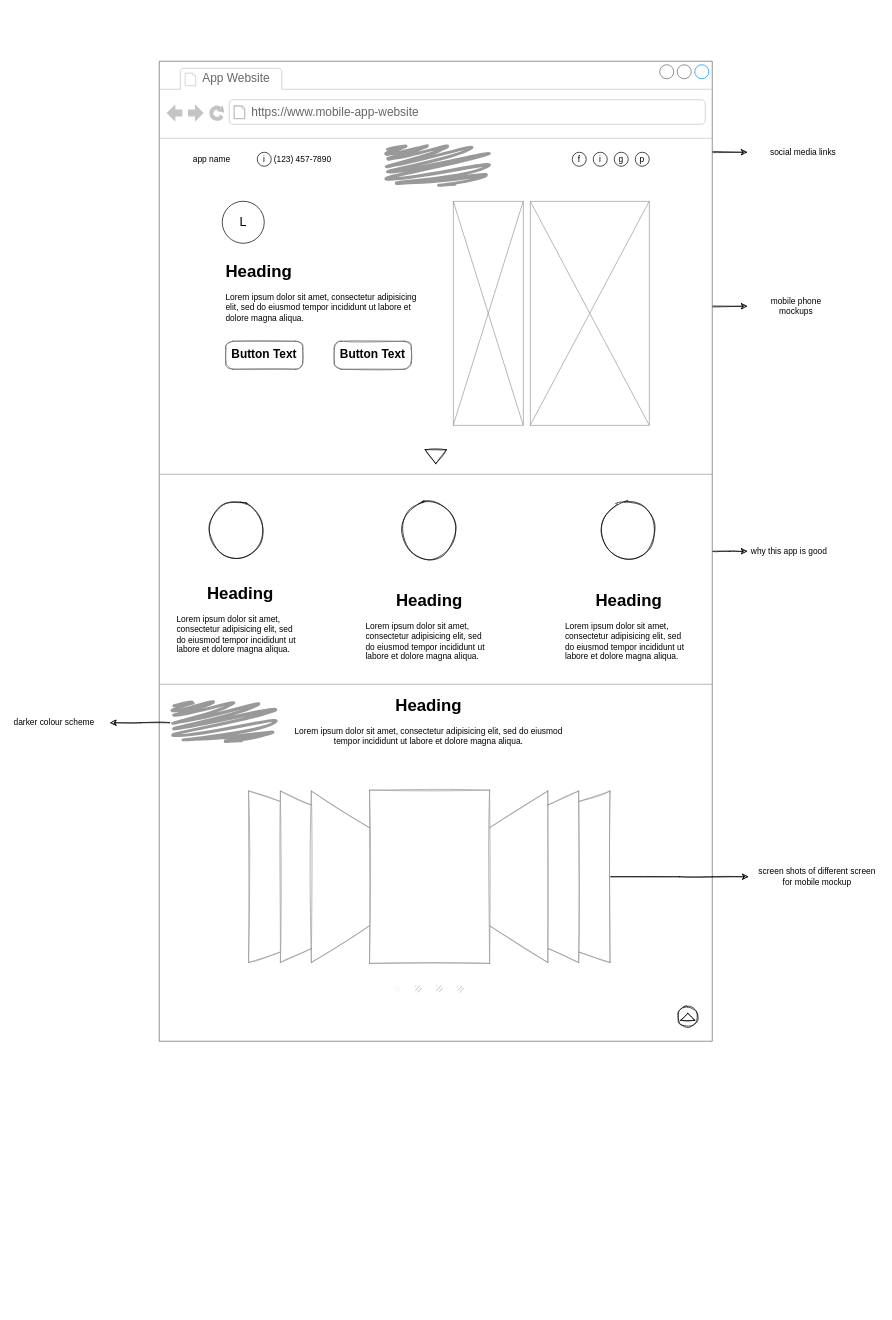
Earlier version of the draw.io diagram public/wireframe.drawio (deaconTown/mobile-app-landing-page). Source tidied: cells renumbered, new cells numbered last; positions are measured from the earlier drawing's top-left corner, leaving out a move shared by most shapes. Both pictures are drawn from the tidied source at 70%, with x=0, y=0 at pixel (12, 61).
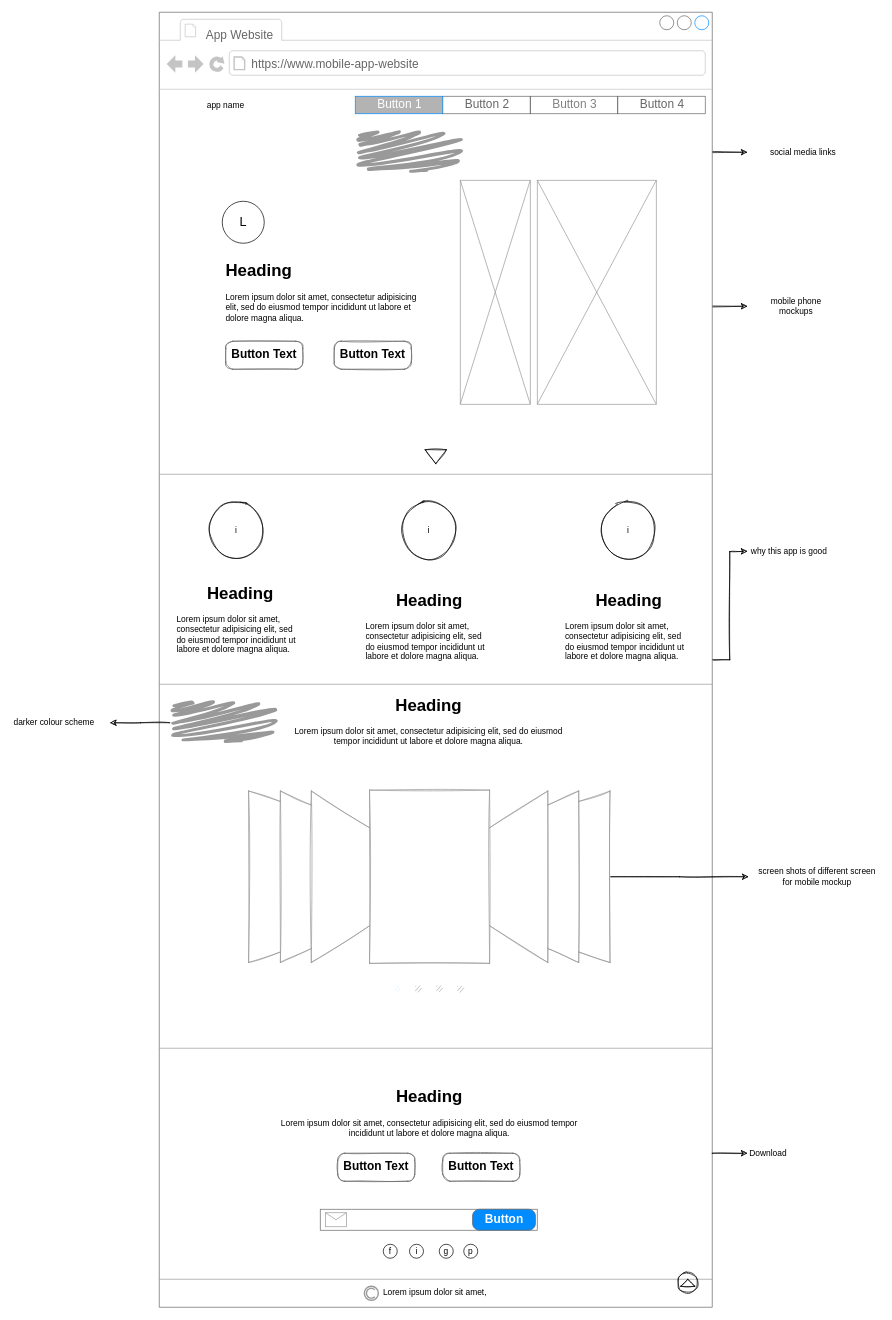
The same diagram, later.

What changed in the source:
```diff
@@
     <mxCell id="7" style="strokeWidth=1;shadow=0;dashed=0;align=center;html=1;shape=mxgraph.mockup.containers.browserWindow;rSize=0;strokeColor=#666666;strokeColor2=#008cff;strokeColor3=#c4c4c4;mainText=,;" parent="1" vertex="1">
-      <mxGeometry x="210" width="790" height="1400" as="geometry" />
+      <mxGeometry x="210" y="-70" width="790" height="1850" as="geometry" />
     </mxCell>
     <mxCell id="8" value="App Website" style="strokeWidth=1;shadow=0;dashed=0;align=center;html=1;shape=mxgraph.mockup.containers.anchor;fontSize=17;fontColor=#666666;align=left;" parent="1" vertex="1">
-      <mxGeometry x="270" y="12" width="110" height="26" as="geometry" />
+      <mxGeometry x="275" y="-50" width="110" height="26" as="geometry" />
     </mxCell>
     <mxCell id="9" value="https://www.mobile-app-website" style="strokeWidth=1;shadow=0;dashed=0;align=center;html=1;shape=mxgraph.mockup.containers.anchor;rSize=0;fontSize=17;fontColor=#666666;align=left;" parent="1" vertex="1">
-      <mxGeometry x="340" y="60" width="250" height="26" as="geometry" />
+      <mxGeometry x="340" y="-10" width="250" height="30" as="geometry" />
     </mxCell>
     <mxCell id="10" value="app name" style="text;html=1;strokeColor=none;fillColor=none;align=center;verticalAlign=middle;whiteSpace=wrap;rounded=0;" parent="1" vertex="1">
-      <mxGeometry x="240" y="130" width="90" height="20" as="geometry" />
+      <mxGeometry x="260" y="52.5" width="90" height="20" as="geometry" />
     </mxCell>
-    <mxCell id="11" value="(123) 457-7890" style="text;html=1;strokeColor=none;fillColor=none;align=center;verticalAlign=middle;whiteSpace=wrap;rounded=0;" parent="1" vertex="1">
-      <mxGeometry x="370" y="130" width="90" height="20" as="geometry" />
-    </mxCell>
-    <mxCell id="12" style="ellipse;whiteSpace=wrap;html=1;" parent="1" vertex="1">
-      <mxGeometry x="350" y="130" width="20" height="20" as="geometry" />
-    </mxCell>
-    <mxCell id="13" value="i" style="text;html=1;strokeColor=none;fillColor=none;align=center;verticalAlign=middle;whiteSpace=wrap;rounded=0;" parent="1" vertex="1">
-      <mxGeometry x="340" y="130" width="40" height="20" as="geometry" />
-    </mxCell>
@@
     <mxCell id="21" style="shape=mxgraph.mockup.markup.scratchOut;shadow=0;dashed=0;html=1;strokeColor=#999999;strokeWidth=4;rounded=0;sketch=1;fontColor=none;fillColor=none;" parent="1" vertex="1">
-      <mxGeometry x="530" y="120" width="155" height="60" as="geometry" />
+      <mxGeometry x="490" y="100" width="155" height="60" as="geometry" />
     </mxCell>
@@
-    <mxCell id="29" style="group;" parent="1" vertex="1">
-      <mxGeometry x="950" y="1350" width="30" height="30" as="geometry" />
-    </mxCell>
-    <mxCell id="30" style="ellipse;whiteSpace=wrap;html=1;rounded=0;shadow=0;sketch=1;fontColor=none;fillColor=none;" parent="29" vertex="1">
-      <mxGeometry width="30" height="30" as="geometry" />
-    </mxCell>
-    <mxCell id="31" style="triangle;whiteSpace=wrap;html=1;rounded=0;shadow=0;sketch=1;fontColor=none;fillColor=none;rotation=-90;" parent="29" vertex="1">
-      <mxGeometry x="10" y="5" width="10" height="20" as="geometry" />
-    </mxCell>
     <mxCell id="32" style="group;" parent="1" vertex="1">
-      <mxGeometry x="630" y="200" width="280" height="320" as="geometry" />
+      <mxGeometry x="640" y="170" width="280" height="320" as="geometry" />
     </mxCell>
@@
-    <mxCell id="35" style="group;" parent="1" vertex="1">
-      <mxGeometry x="800" y="130" width="120" height="30" as="geometry" />
-    </mxCell>
-    <mxCell id="36" style="ellipse;whiteSpace=wrap;html=1;" parent="35" vertex="1">
-      <mxGeometry width="20" height="20" as="geometry" />
-    </mxCell>
-    <mxCell id="37" style="ellipse;whiteSpace=wrap;html=1;" parent="35" vertex="1">
-      <mxGeometry x="60" width="20" height="20" as="geometry" />
-    </mxCell>
-    <mxCell id="38" style="ellipse;whiteSpace=wrap;html=1;" parent="35" vertex="1">
-      <mxGeometry x="90" width="20" height="20" as="geometry" />
-    </mxCell>
-    <mxCell id="39" style="ellipse;whiteSpace=wrap;html=1;" parent="35" vertex="1">
-      <mxGeometry x="30" width="20" height="20" as="geometry" />
-    </mxCell>
-    <mxCell id="40" value="i" style="text;html=1;strokeColor=none;fillColor=none;align=center;verticalAlign=middle;whiteSpace=wrap;rounded=0;" parent="35" vertex="1">
-      <mxGeometry x="20" width="40" height="20" as="geometry" />
-    </mxCell>
-    <mxCell id="41" style="group;" parent="35" vertex="1">
-      <mxGeometry x="-10" width="130" height="20" as="geometry" />
-    </mxCell>
-    <mxCell id="42" value="f" style="text;html=1;strokeColor=none;fillColor=none;align=center;verticalAlign=middle;whiteSpace=wrap;rounded=0;" parent="41" vertex="1">
-      <mxGeometry width="40" height="20" as="geometry" />
-    </mxCell>
-    <mxCell id="43" value="g" style="text;html=1;strokeColor=none;fillColor=none;align=center;verticalAlign=middle;whiteSpace=wrap;rounded=0;" parent="41" vertex="1">
-      <mxGeometry x="60" width="40" height="20" as="geometry" />
-    </mxCell>
-    <mxCell id="44" value="p" style="text;html=1;strokeColor=none;fillColor=none;align=center;verticalAlign=middle;whiteSpace=wrap;rounded=0;" parent="41" vertex="1">
-      <mxGeometry x="90" width="40" height="20" as="geometry" />
-    </mxCell>
@@
+    <mxCell id="54" value="i" style="text;html=1;strokeColor=none;fillColor=none;align=center;verticalAlign=middle;whiteSpace=wrap;rounded=0;shadow=0;sketch=1;fontColor=none;" parent="1" vertex="1">
+      <mxGeometry x="300" y="660" width="40" height="20" as="geometry" />
+    </mxCell>
+    <mxCell id="55" value="i" style="text;html=1;strokeColor=none;fillColor=none;align=center;verticalAlign=middle;whiteSpace=wrap;rounded=0;shadow=0;sketch=1;fontColor=none;" parent="1" vertex="1">
+      <mxGeometry x="575" y="660" width="40" height="20" as="geometry" />
+    </mxCell>
+    <mxCell id="56" value="i" style="text;html=1;strokeColor=none;fillColor=none;align=center;verticalAlign=middle;whiteSpace=wrap;rounded=0;shadow=0;sketch=1;fontColor=none;" parent="1" vertex="1">
+      <mxGeometry x="860" y="660" width="40" height="20" as="geometry" />
+    </mxCell>
+    <mxCell id="57" style="strokeWidth=1;shadow=0;dashed=0;align=center;html=1;shape=mxgraph.mockup.text.rrect;rSize=0;strokeColor=#666666;rounded=0;sketch=1;fontColor=none;fillColor=none;" parent="1" vertex="1">
+      <mxGeometry x="490" y="50" width="500" height="25" as="geometry" />
+    </mxCell>
+    <mxCell id="58" value="&lt;font color=&quot;#666666&quot;&gt;Button 2&lt;/font&gt;" style="strokeColor=inherit;fillColor=inherit;gradientColor=inherit;strokeWidth=1;shadow=0;dashed=0;align=center;html=1;shape=mxgraph.mockup.text.rrect;rSize=0;fontSize=17;fontColor=#0000ff;" parent="57" vertex="1">
+      <mxGeometry x="125" width="125" height="25" as="geometry" />
+    </mxCell>
+    <mxCell id="59" value="&lt;font color=&quot;#808080&quot;&gt;Button 3&lt;/font&gt;" style="strokeColor=inherit;fillColor=inherit;gradientColor=inherit;strokeWidth=1;shadow=0;dashed=0;align=center;html=1;shape=mxgraph.mockup.text.rrect;rSize=0;fontSize=17;fontColor=#0000ff;" parent="57" vertex="1">
+      <mxGeometry x="250" width="125" height="25" as="geometry" />
+    </mxCell>
+    <mxCell id="60" value="&lt;font color=&quot;#666666&quot;&gt;Button 4&lt;/font&gt;" style="strokeColor=inherit;fillColor=inherit;gradientColor=inherit;strokeWidth=1;shadow=0;dashed=0;align=center;html=1;shape=mxgraph.mockup.text.rrect;rSize=0;fontSize=17;fontColor=#0000ff;" parent="57" vertex="1">
+      <mxGeometry x="375" width="125" height="25" as="geometry" />
+    </mxCell>
+    <mxCell id="61" value="Button 1" style="strokeWidth=1;shadow=0;dashed=0;align=center;html=1;shape=mxgraph.mockup.text.rrect;rSize=0;fontSize=17;fontColor=#ffffff;strokeColor=#008cff;fillColor=#B3B3B3;" parent="57" vertex="1">
+      <mxGeometry width="125" height="25" as="geometry" />
+    </mxCell>
+    <mxCell id="62" style="verticalLabelPosition=bottom;shadow=0;dashed=0;align=center;html=1;verticalAlign=top;strokeWidth=1;shape=mxgraph.mockup.markup.line;strokeColor=#999999;" parent="1" vertex="1">
+      <mxGeometry x="210" y="1400" width="790" height="20" as="geometry" />
+    </mxCell>
+    <mxCell id="63" value="&lt;h1&gt;Heading&lt;/h1&gt;&lt;p&gt;Lorem ipsum dolor sit amet, consectetur adipisicing elit, sed do eiusmod tempor incididunt ut labore et dolore magna aliqua.&lt;/p&gt;" style="text;html=1;strokeColor=none;fillColor=none;spacing=5;spacingTop=-20;whiteSpace=wrap;overflow=hidden;rounded=0;shadow=0;sketch=1;fontColor=none;align=center;" parent="1" vertex="1">
+      <mxGeometry x="370.5" y="1460" width="450" height="100" as="geometry" />
+    </mxCell>
+    <mxCell id="64" value="&lt;font color=&quot;#000000&quot;&gt;Button Text&lt;/font&gt;" style="strokeWidth=1;shadow=0;dashed=0;align=center;html=1;shape=mxgraph.mockup.buttons.button;strokeColor=#666666;mainText=;buttonStyle=round;fontSize=17;fontStyle=1;whiteSpace=wrap;fontColor=#FFFFFF;fillColor=none;sketch=1;" parent="1" vertex="1">
+      <mxGeometry x="465" y="1560" width="110" height="40" as="geometry" />
+    </mxCell>
+    <mxCell id="65" value="&lt;font color=&quot;#000000&quot;&gt;Button Text&lt;/font&gt;" style="strokeWidth=1;shadow=0;dashed=0;align=center;html=1;shape=mxgraph.mockup.buttons.button;strokeColor=#666666;fontColor=#ffffff;mainText=;buttonStyle=round;fontSize=17;fontStyle=1;whiteSpace=wrap;fillColor=none;sketch=1;" parent="1" vertex="1">
+      <mxGeometry x="615" y="1560" width="110" height="40" as="geometry" />
+    </mxCell>
+    <mxCell id="66" style="endArrow=classic;html=1;fontColor=none;strokeColor=#000000;sketch=1;" parent="1" edge="1">
+      <mxGeometry relative="1" as="geometry">
+        <mxPoint x="1000" y="1560" as="sourcePoint" />
+        <mxPoint x="1050" y="1560" as="targetPoint" />
+      </mxGeometry>
+    </mxCell>
+    <mxCell id="67" value="Download" style="text;html=1;strokeColor=none;fillColor=none;align=center;verticalAlign=middle;whiteSpace=wrap;rounded=0;shadow=0;sketch=1;fontColor=none;" parent="1" vertex="1">
+      <mxGeometry x="1060" y="1550" width="40" height="20" as="geometry" />
+    </mxCell>
+    <mxCell id="68" style="verticalLabelPosition=bottom;shadow=0;dashed=0;align=center;html=1;verticalAlign=top;strokeWidth=1;shape=mxgraph.mockup.markup.line;strokeColor=#999999;" parent="1" vertex="1">
+      <mxGeometry x="210" y="1730" width="790" height="20" as="geometry" />
+    </mxCell>
+    <mxCell id="69" style="group;" parent="1" vertex="1">
+      <mxGeometry x="503" y="1750" width="185" height="20" as="geometry" />
+    </mxCell>
+    <mxCell id="70" style="strokeColor=#999999;verticalLabelPosition=bottom;shadow=0;dashed=0;verticalAlign=top;strokeWidth=2;html=1;shape=mxgraph.mockup.misc.copyrightIcon;rounded=0;sketch=0;fontColor=none;fillColor=none;align=center;" parent="69" vertex="1">
+      <mxGeometry width="20" height="20" as="geometry" />
+    </mxCell>
+    <mxCell id="71" value="Lorem ipsum dolor sit amet," style="text;spacingTop=-5;whiteSpace=wrap;html=1;align=left;fontSize=12;fontFamily=Helvetica;fillColor=none;strokeColor=none;rounded=0;shadow=0;sketch=0;fontColor=none;" parent="69" vertex="1">
+      <mxGeometry x="25" width="160" height="20" as="geometry" />
+    </mxCell>
+    <mxCell id="72" style="strokeWidth=1;shadow=0;dashed=0;align=center;html=1;shape=mxgraph.mockup.text.textBox;fontColor=#666666;align=left;fontSize=17;spacingLeft=4;spacingTop=-3;strokeColor=#666666;mainText=;rounded=0;sketch=0;fillColor=none;" parent="1" vertex="1">
+      <mxGeometry x="440" y="1640" width="310" height="30" as="geometry" />
+    </mxCell>
+    <mxCell id="73" value="Button" style="strokeWidth=1;shadow=0;dashed=0;align=center;html=1;shape=mxgraph.mockup.buttons.button;strokeColor=#666666;fontColor=#ffffff;mainText=;buttonStyle=round;fontSize=17;fontStyle=1;fillColor=#008cff;whiteSpace=wrap;rounded=0;sketch=0;" parent="1" vertex="1">
+      <mxGeometry x="657.5" y="1640" width="90" height="30" as="geometry" />
+    </mxCell>
+    <mxCell id="74" style="verticalLabelPosition=bottom;shadow=0;dashed=0;align=center;html=1;verticalAlign=top;strokeWidth=1;shape=mxgraph.mockup.misc.mail2;strokeColor=#999999;rounded=0;sketch=0;fontColor=none;fillColor=none;" parent="1" vertex="1">
+      <mxGeometry x="447.5" y="1645" width="30" height="20" as="geometry" />
+    </mxCell>
+    <mxCell id="30" style="ellipse;whiteSpace=wrap;html=1;rounded=0;shadow=0;sketch=1;fontColor=none;fillColor=none;" parent="1" vertex="1">
+      <mxGeometry x="950" y="1730" width="30" height="30" as="geometry" />
+    </mxCell>
+    <mxCell id="31" style="triangle;whiteSpace=wrap;html=1;rounded=0;shadow=0;sketch=1;fontColor=none;fillColor=none;rotation=-90;" parent="1" vertex="1">
+      <mxGeometry x="960" y="1735" width="10" height="20" as="geometry" />
+    </mxCell>
+    <mxCell id="75" style="group;" parent="1" vertex="1">
+      <mxGeometry x="520" y="1690" width="115" height="20" as="geometry" />
+    </mxCell>
+    <mxCell id="36" style="ellipse;whiteSpace=wrap;html=1;" parent="75" vertex="1">
+      <mxGeometry x="10" width="20" height="20" as="geometry" />
+    </mxCell>
+    <mxCell id="39" style="ellipse;whiteSpace=wrap;html=1;" parent="75" vertex="1">
+      <mxGeometry x="47.5" width="20" height="20" as="geometry" />
+    </mxCell>
+    <mxCell id="37" style="ellipse;whiteSpace=wrap;html=1;" parent="75" vertex="1">
+      <mxGeometry x="90" width="20" height="20" as="geometry" />
+    </mxCell>
+    <mxCell id="42" value="f" style="text;html=1;strokeColor=none;fillColor=none;align=center;verticalAlign=middle;whiteSpace=wrap;rounded=0;" parent="75" vertex="1">
+      <mxGeometry width="40" height="20" as="geometry" />
+    </mxCell>
+    <mxCell id="40" value="i" style="text;html=1;strokeColor=none;fillColor=none;align=center;verticalAlign=middle;whiteSpace=wrap;rounded=0;" parent="75" vertex="1">
+      <mxGeometry x="37.5" width="40" height="20" as="geometry" />
+    </mxCell>
+    <mxCell id="43" value="g" style="text;html=1;strokeColor=none;fillColor=none;align=center;verticalAlign=middle;whiteSpace=wrap;rounded=0;" parent="75" vertex="1">
+      <mxGeometry x="80" width="40" height="20" as="geometry" />
+    </mxCell>
+    <mxCell id="38" style="ellipse;whiteSpace=wrap;html=1;" parent="1" vertex="1">
+      <mxGeometry x="645" y="1690" width="20" height="20" as="geometry" />
+    </mxCell>
+    <mxCell id="44" value="p" style="text;html=1;strokeColor=none;fillColor=none;align=center;verticalAlign=middle;whiteSpace=wrap;rounded=0;" parent="1" vertex="1">
+      <mxGeometry x="635" y="1690" width="40" height="20" as="geometry" />
+    </mxCell>
```
